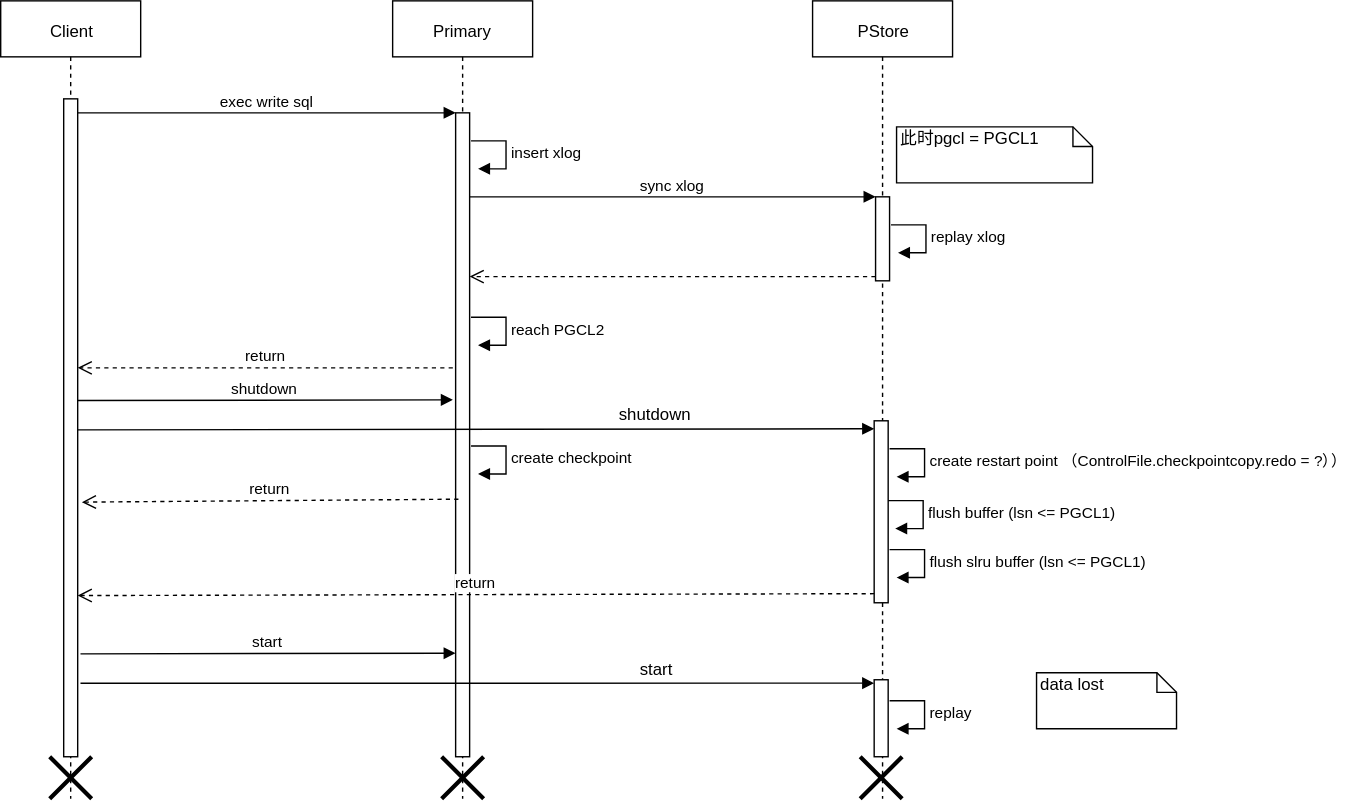
simbahebinbo/smallfat.github.io keeps this draw.io diagram as attachments/1648175551652.drawio.svg. Above is the earlier version. Source tidied: cells renumbered, new cells last; positions are measured from the earlier drawing's top-left corner, leaving out a move shared by most shapes. The source it was exported from:
```xml
<mxGraphModel>
  <root>
    <mxCell id="0" />
    <mxCell id="1" parent="0" />
    <mxCell id="2" value="Primary" style="shape=umlLifeline;perimeter=lifelinePerimeter;whiteSpace=wrap;html=1;" parent="1" vertex="1">
      <mxGeometry x="280" width="100" height="570" as="geometry" />
    </mxCell>
    <mxCell id="3" style="html=1;points=[];perimeter=orthogonalPerimeter;" parent="2" vertex="1">
      <mxGeometry x="45" y="80" width="10" height="460" as="geometry" />
    </mxCell>
    <mxCell id="4" value="insert xlog" style="edgeStyle=orthogonalEdgeStyle;html=1;align=left;spacingLeft=2;endArrow=block;rounded=0;entryX=1;entryY=0;" parent="2" edge="1">
      <mxGeometry relative="1" as="geometry">
        <mxPoint x="56" y="100" as="sourcePoint" />
        <mxPoint x="61" y="120" as="targetPoint" />
        <Array as="points">
          <mxPoint x="81" y="100" />
        </Array>
      </mxGeometry>
    </mxCell>
    <mxCell id="5" style="shape=umlDestroy;whiteSpace=wrap;html=1;strokeWidth=3;" parent="2" vertex="1">
      <mxGeometry x="35" y="540" width="30" height="30" as="geometry" />
    </mxCell>
    <mxCell id="6" value="PStore" style="shape=umlLifeline;perimeter=lifelinePerimeter;whiteSpace=wrap;html=1;" parent="1" vertex="1">
      <mxGeometry x="580" width="100" height="570" as="geometry" />
    </mxCell>
    <mxCell id="7" style="html=1;points=[];perimeter=orthogonalPerimeter;" parent="6" vertex="1">
      <mxGeometry x="45" y="140" width="10" height="60" as="geometry" />
    </mxCell>
    <mxCell id="8" value="replay xlog" style="edgeStyle=orthogonalEdgeStyle;html=1;align=left;spacingLeft=2;endArrow=block;rounded=0;entryX=1;entryY=0;" parent="6" edge="1">
      <mxGeometry relative="1" as="geometry">
        <mxPoint x="56" y="160" as="sourcePoint" />
        <mxPoint x="61" y="180" as="targetPoint" />
        <Array as="points">
          <mxPoint x="81" y="160" />
        </Array>
      </mxGeometry>
    </mxCell>
    <mxCell id="9" style="shape=umlDestroy;whiteSpace=wrap;html=1;strokeWidth=3;" parent="6" vertex="1">
      <mxGeometry x="34" y="540" width="30" height="30" as="geometry" />
    </mxCell>
    <mxCell id="10" value="Client" style="shape=umlLifeline;perimeter=lifelinePerimeter;whiteSpace=wrap;html=1;" parent="1" vertex="1">
      <mxGeometry width="100" height="570" as="geometry" />
    </mxCell>
    <mxCell id="11" style="html=1;points=[];perimeter=orthogonalPerimeter;" parent="10" vertex="1">
      <mxGeometry x="45" y="70" width="10" height="470" as="geometry" />
    </mxCell>
    <mxCell id="12" style="shape=umlDestroy;whiteSpace=wrap;html=1;strokeWidth=3;" parent="10" vertex="1">
      <mxGeometry x="35" y="540" width="30" height="30" as="geometry" />
    </mxCell>
    <mxCell id="13" value="exec write sql" style="html=1;verticalAlign=bottom;endArrow=block;entryX=0;entryY=0;" parent="1" edge="1" source="11" target="3">
      <mxGeometry relative="1" as="geometry" />
    </mxCell>
    <mxCell id="14" value="sync xlog" style="html=1;verticalAlign=bottom;endArrow=block;entryX=0;entryY=0;" parent="1" edge="1" source="3" target="7">
      <mxGeometry relative="1" as="geometry" />
    </mxCell>
    <mxCell id="15" style="html=1;verticalAlign=bottom;endArrow=open;dashed=1;endSize=8;exitX=0;exitY=0.95;" parent="1" edge="1" source="7" target="3">
      <mxGeometry relative="1" as="geometry" />
    </mxCell>
    <mxCell id="16" value="reach PGCL2" style="edgeStyle=orthogonalEdgeStyle;html=1;align=left;spacingLeft=2;endArrow=block;rounded=0;entryX=1;entryY=0;" parent="1" edge="1">
      <mxGeometry relative="1" as="geometry">
        <mxPoint x="336" y="226" as="sourcePoint" />
        <mxPoint x="341" y="246" as="targetPoint" />
        <Array as="points">
          <mxPoint x="361" y="226" />
        </Array>
      </mxGeometry>
    </mxCell>
    <mxCell id="17" value="create checkpoint" style="edgeStyle=orthogonalEdgeStyle;html=1;align=left;spacingLeft=2;endArrow=block;rounded=0;entryX=1;entryY=0;" parent="1" edge="1">
      <mxGeometry relative="1" as="geometry">
        <mxPoint x="336" y="318" as="sourcePoint" />
        <mxPoint x="341" y="338" as="targetPoint" />
        <Array as="points">
          <mxPoint x="361" y="318" />
        </Array>
      </mxGeometry>
    </mxCell>
    <mxCell id="18" style="html=1;points=[];perimeter=orthogonalPerimeter;" parent="1" vertex="1">
      <mxGeometry x="624" y="300" width="10" height="130" as="geometry" />
    </mxCell>
    <mxCell id="19" value="create restart point （ControlFile.checkpointcopy.redo = ?））" style="edgeStyle=orthogonalEdgeStyle;html=1;align=left;spacingLeft=2;endArrow=block;rounded=0;entryX=1;entryY=0;" parent="1" edge="1">
      <mxGeometry relative="1" as="geometry">
        <mxPoint x="635" y="320" as="sourcePoint" />
        <mxPoint x="640" y="340" as="targetPoint" />
        <Array as="points">
          <mxPoint x="660" y="320" />
        </Array>
      </mxGeometry>
    </mxCell>
    <mxCell id="20" value="return" style="html=1;verticalAlign=bottom;endArrow=open;dashed=1;endSize=8;exitX=0;exitY=0.95;entryX=1;entryY=0.755;entryDx=0;entryDy=0;entryPerimeter=0;" parent="1" edge="1" source="18" target="11">
      <mxGeometry relative="1" as="geometry" />
    </mxCell>
    <mxCell id="21" value="return" style="html=1;verticalAlign=bottom;endArrow=open;dashed=1;endSize=8;exitX=-0.2;exitY=0.396;exitDx=0;exitDy=0;exitPerimeter=0;" parent="1" edge="1" source="3" target="11">
      <mxGeometry relative="1" as="geometry" />
    </mxCell>
    <mxCell id="22" value="shutdown" style="html=1;verticalAlign=bottom;endArrow=block;entryX=-0.2;entryY=0.437;entryDx=0;entryDy=0;entryPerimeter=0;" parent="1" edge="1">
      <mxGeometry relative="1" as="geometry">
        <mxPoint x="55" y="285.5" as="sourcePoint" />
        <mxPoint x="323" y="285" as="targetPoint" />
      </mxGeometry>
    </mxCell>
    <mxCell id="23" style="html=1;verticalAlign=bottom;endArrow=block;entryX=0;entryY=0.044;entryDx=0;entryDy=0;entryPerimeter=0;" parent="1" edge="1" target="18">
      <mxGeometry relative="1" as="geometry">
        <mxPoint x="55" y="306.5" as="sourcePoint" />
      </mxGeometry>
    </mxCell>
    <mxCell id="24" value="shutdown" style="text;html=1;align=center;verticalAlign=middle;labelBackgroundColor=#ffffff;" parent="23" vertex="1">
      <mxGeometry x="0.45" y="2" relative="1" as="geometry">
        <mxPoint y="-9" as="offset" />
      </mxGeometry>
    </mxCell>
    <mxCell id="25" value="flush buffer (lsn &amp;lt;= PGCL1)" style="edgeStyle=orthogonalEdgeStyle;html=1;align=left;spacingLeft=2;endArrow=block;rounded=0;entryX=1;entryY=0;" parent="1" edge="1">
      <mxGeometry relative="1" as="geometry">
        <mxPoint x="634" y="357" as="sourcePoint" />
        <mxPoint x="639" y="377" as="targetPoint" />
        <Array as="points">
          <mxPoint x="659" y="357" />
        </Array>
      </mxGeometry>
    </mxCell>
    <mxCell id="26" value="flush slru buffer (lsn &amp;lt;= PGCL1)" style="edgeStyle=orthogonalEdgeStyle;html=1;align=left;spacingLeft=2;endArrow=block;rounded=0;entryX=1;entryY=0;" parent="1" edge="1">
      <mxGeometry relative="1" as="geometry">
        <mxPoint x="635" y="392" as="sourcePoint" />
        <mxPoint x="640" y="412" as="targetPoint" />
        <Array as="points">
          <mxPoint x="660" y="392" />
        </Array>
      </mxGeometry>
    </mxCell>
    <mxCell id="27" value="return" style="html=1;verticalAlign=bottom;endArrow=open;dashed=1;endSize=8;exitX=0.2;exitY=0.6;entryX=1.3;entryY=0.613;entryDx=0;entryDy=0;entryPerimeter=0;exitDx=0;exitDy=0;exitPerimeter=0;" parent="1" edge="1" source="3" target="11">
      <mxGeometry relative="1" as="geometry" />
    </mxCell>
    <mxCell id="28" value="此时pgcl = PGCL1" style="shape=note;whiteSpace=wrap;html=1;size=14;verticalAlign=top;align=left;spacingTop=-6;" parent="1" vertex="1">
      <mxGeometry x="640" y="90" width="140" height="40" as="geometry" />
    </mxCell>
    <mxCell id="29" value="start" style="html=1;verticalAlign=bottom;endArrow=block;entryX=-0.2;entryY=0.437;entryDx=0;entryDy=0;entryPerimeter=0;" parent="1" edge="1">
      <mxGeometry relative="1" as="geometry">
        <mxPoint x="57" y="466.5" as="sourcePoint" />
        <mxPoint x="325" y="466" as="targetPoint" />
      </mxGeometry>
    </mxCell>
    <mxCell id="30" style="html=1;points=[];perimeter=orthogonalPerimeter;" parent="1" vertex="1">
      <mxGeometry x="624" y="485" width="10" height="55" as="geometry" />
    </mxCell>
    <mxCell id="31" style="html=1;verticalAlign=bottom;endArrow=block;entryX=0;entryY=0.044;entryDx=0;entryDy=0;entryPerimeter=0;" parent="1" edge="1" target="30">
      <mxGeometry relative="1" as="geometry">
        <mxPoint x="57" y="487.5" as="sourcePoint" />
      </mxGeometry>
    </mxCell>
    <mxCell id="32" value="start" style="text;html=1;align=center;verticalAlign=middle;labelBackgroundColor=#ffffff;" parent="31" vertex="1">
      <mxGeometry x="0.45" y="2" relative="1" as="geometry">
        <mxPoint y="-9" as="offset" />
      </mxGeometry>
    </mxCell>
    <mxCell id="33" value="replay" style="edgeStyle=orthogonalEdgeStyle;html=1;align=left;spacingLeft=2;endArrow=block;rounded=0;entryX=1;entryY=0;" parent="1" edge="1">
      <mxGeometry relative="1" as="geometry">
        <mxPoint x="635" y="500" as="sourcePoint" />
        <mxPoint x="640" y="520" as="targetPoint" />
        <Array as="points">
          <mxPoint x="660" y="500" />
        </Array>
      </mxGeometry>
    </mxCell>
    <mxCell id="34" value="data lost" style="shape=note;whiteSpace=wrap;html=1;size=14;verticalAlign=top;align=left;spacingTop=-6;" parent="1" vertex="1">
      <mxGeometry x="740" y="480" width="100" height="40" as="geometry" />
    </mxCell>
  </root>
</mxGraphModel>
```
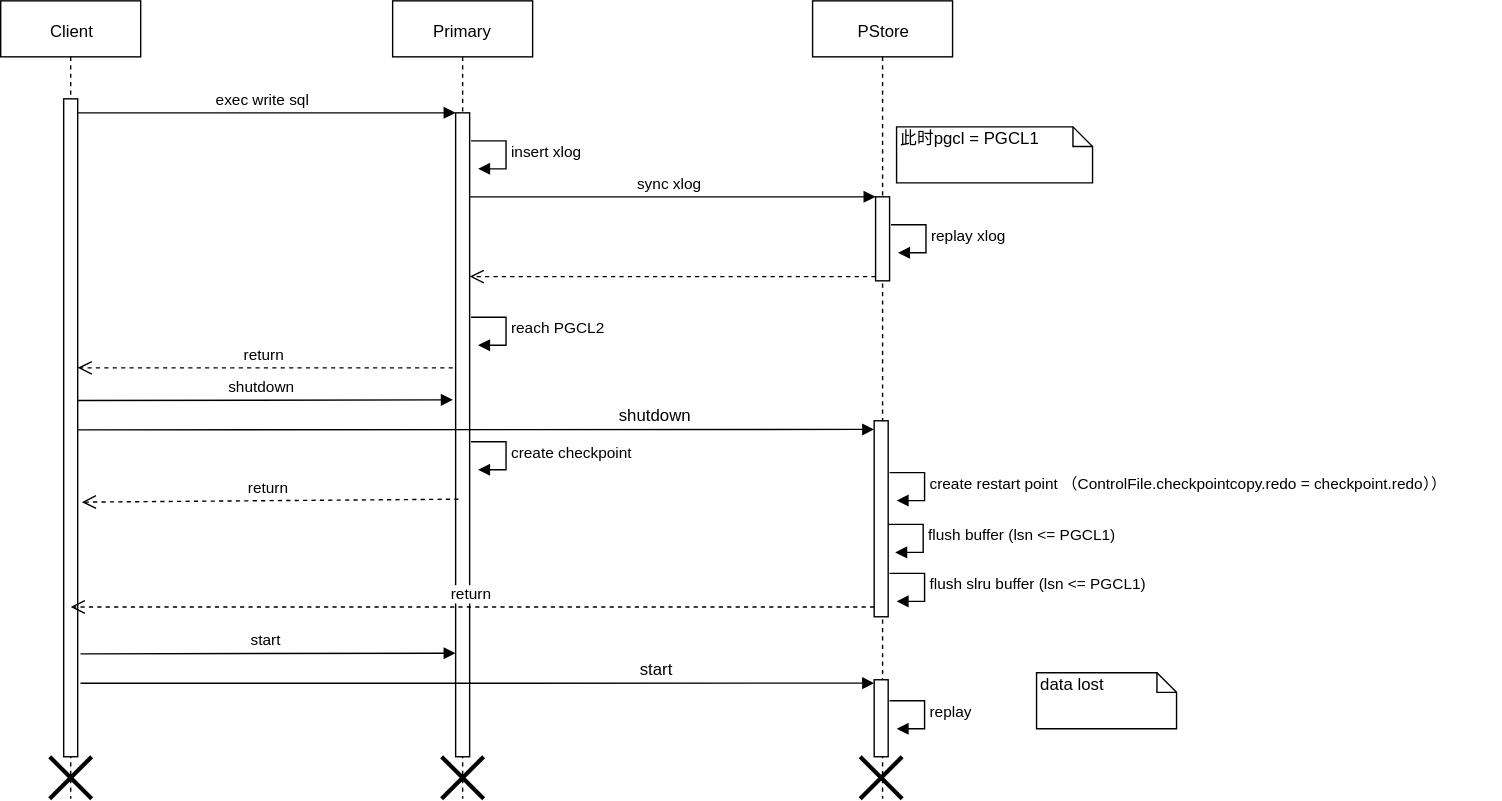
Above is the later version.

Commit message:
添加附件 : attachments/1648175551652.drawio.svg

Diff of the diagram source:
```diff
@@ -67,27 +67,29 @@
     </mxCell>
     <mxCell id="17" value="create checkpoint" style="edgeStyle=orthogonalEdgeStyle;html=1;align=left;spacingLeft=2;endArrow=block;rounded=0;entryX=1;entryY=0;" parent="1" edge="1">
       <mxGeometry relative="1" as="geometry">
-        <mxPoint x="336" y="318" as="sourcePoint" />
-        <mxPoint x="341" y="338" as="targetPoint" />
+        <mxPoint x="336" y="315" as="sourcePoint" />
+        <mxPoint x="341" y="335" as="targetPoint" />
         <Array as="points">
-          <mxPoint x="361" y="318" />
+          <mxPoint x="361" y="315" />
         </Array>
       </mxGeometry>
     </mxCell>
     <mxCell id="18" style="html=1;points=[];perimeter=orthogonalPerimeter;" parent="1" vertex="1">
-      <mxGeometry x="624" y="300" width="10" height="130" as="geometry" />
+      <mxGeometry x="624" y="300" width="10" height="140" as="geometry" />
     </mxCell>
-    <mxCell id="19" value="create restart point （ControlFile.checkpointcopy.redo = ?））" style="edgeStyle=orthogonalEdgeStyle;html=1;align=left;spacingLeft=2;endArrow=block;rounded=0;entryX=1;entryY=0;" parent="1" edge="1">
+    <mxCell id="19" value="create restart point （ControlFile.checkpointcopy.redo = checkpoint.redo））" style="edgeStyle=orthogonalEdgeStyle;html=1;align=left;spacingLeft=2;endArrow=block;rounded=0;entryX=1;entryY=0;" parent="1" edge="1">
       <mxGeometry relative="1" as="geometry">
-        <mxPoint x="635" y="320" as="sourcePoint" />
-        <mxPoint x="640" y="340" as="targetPoint" />
+        <mxPoint x="635" y="337" as="sourcePoint" />
+        <mxPoint x="640" y="357" as="targetPoint" />
         <Array as="points">
-          <mxPoint x="660" y="320" />
+          <mxPoint x="660" y="337" />
         </Array>
       </mxGeometry>
     </mxCell>
-    <mxCell id="20" value="return" style="html=1;verticalAlign=bottom;endArrow=open;dashed=1;endSize=8;exitX=0;exitY=0.95;entryX=1;entryY=0.755;entryDx=0;entryDy=0;entryPerimeter=0;" parent="1" edge="1" source="18" target="11">
-      <mxGeometry relative="1" as="geometry" />
+    <mxCell id="20" value="return" style="html=1;verticalAlign=bottom;endArrow=open;dashed=1;endSize=8;exitX=0;exitY=0.95;" parent="1" edge="1" source="18">
+      <mxGeometry relative="1" as="geometry">
+        <mxPoint x="50" y="433" as="targetPoint" />
+      </mxGeometry>
     </mxCell>
     <mxCell id="21" value="return" style="html=1;verticalAlign=bottom;endArrow=open;dashed=1;endSize=8;exitX=-0.2;exitY=0.396;exitDx=0;exitDy=0;exitPerimeter=0;" parent="1" edge="1" source="3" target="11">
       <mxGeometry relative="1" as="geometry" />
@@ -110,19 +112,19 @@
     </mxCell>
     <mxCell id="25" value="flush buffer (lsn &amp;lt;= PGCL1)" style="edgeStyle=orthogonalEdgeStyle;html=1;align=left;spacingLeft=2;endArrow=block;rounded=0;entryX=1;entryY=0;" parent="1" edge="1">
       <mxGeometry relative="1" as="geometry">
-        <mxPoint x="634" y="357" as="sourcePoint" />
-        <mxPoint x="639" y="377" as="targetPoint" />
+        <mxPoint x="634" y="374" as="sourcePoint" />
+        <mxPoint x="639" y="394" as="targetPoint" />
         <Array as="points">
-          <mxPoint x="659" y="357" />
+          <mxPoint x="659" y="374" />
         </Array>
       </mxGeometry>
     </mxCell>
     <mxCell id="26" value="flush slru buffer (lsn &amp;lt;= PGCL1)" style="edgeStyle=orthogonalEdgeStyle;html=1;align=left;spacingLeft=2;endArrow=block;rounded=0;entryX=1;entryY=0;" parent="1" edge="1">
       <mxGeometry relative="1" as="geometry">
-        <mxPoint x="635" y="392" as="sourcePoint" />
-        <mxPoint x="640" y="412" as="targetPoint" />
+        <mxPoint x="635" y="409" as="sourcePoint" />
+        <mxPoint x="640" y="429" as="targetPoint" />
         <Array as="points">
-          <mxPoint x="660" y="392" />
+          <mxPoint x="660" y="409" />
         </Array>
       </mxGeometry>
     </mxCell>
```
